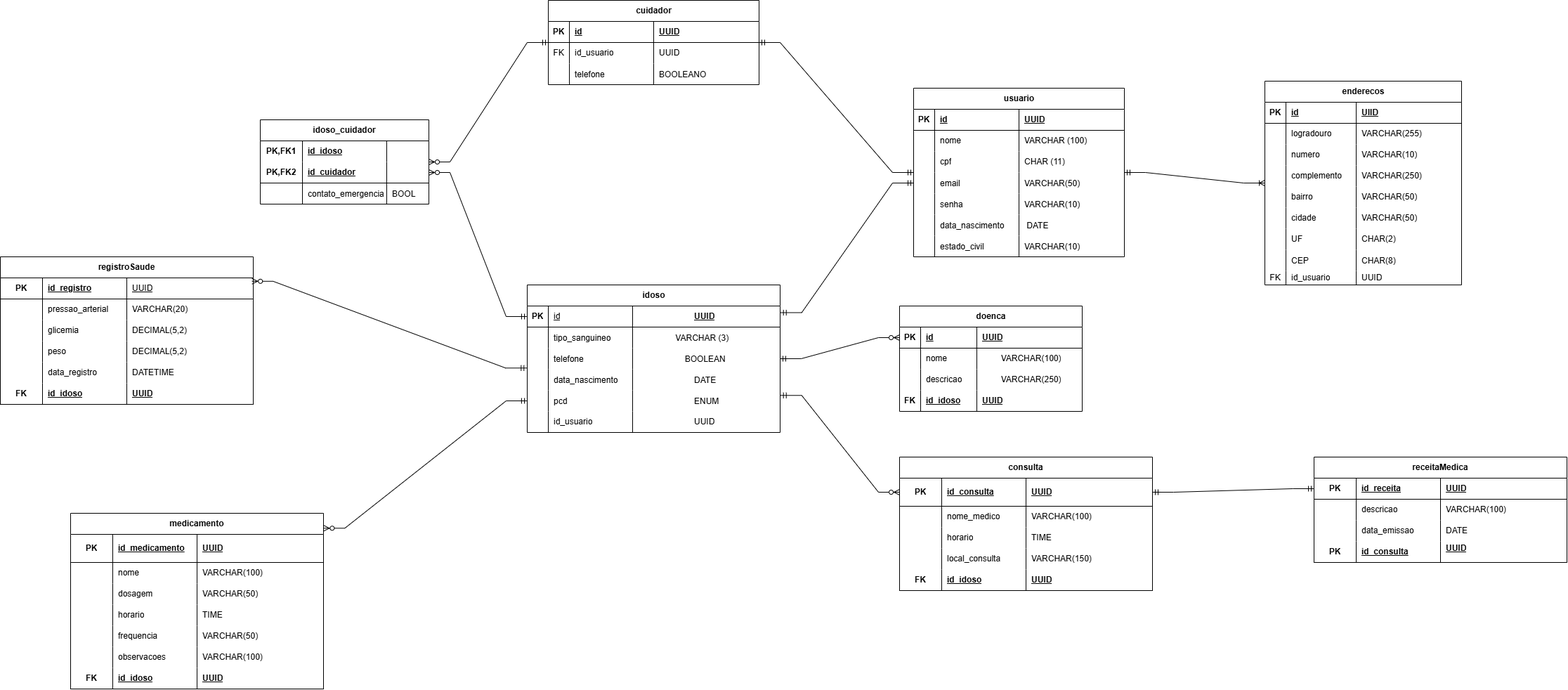
yuinahirano/DiaADiaVoVos keeps this draw.io diagram as back-end/docs/DER_dia_a_dia_vovos_svg.drawio.png. Above is the earlier version. Source tidied: cells renumbered, new cells last; positions are measured from the earlier drawing's top-left corner, leaving out a move shared by most shapes.
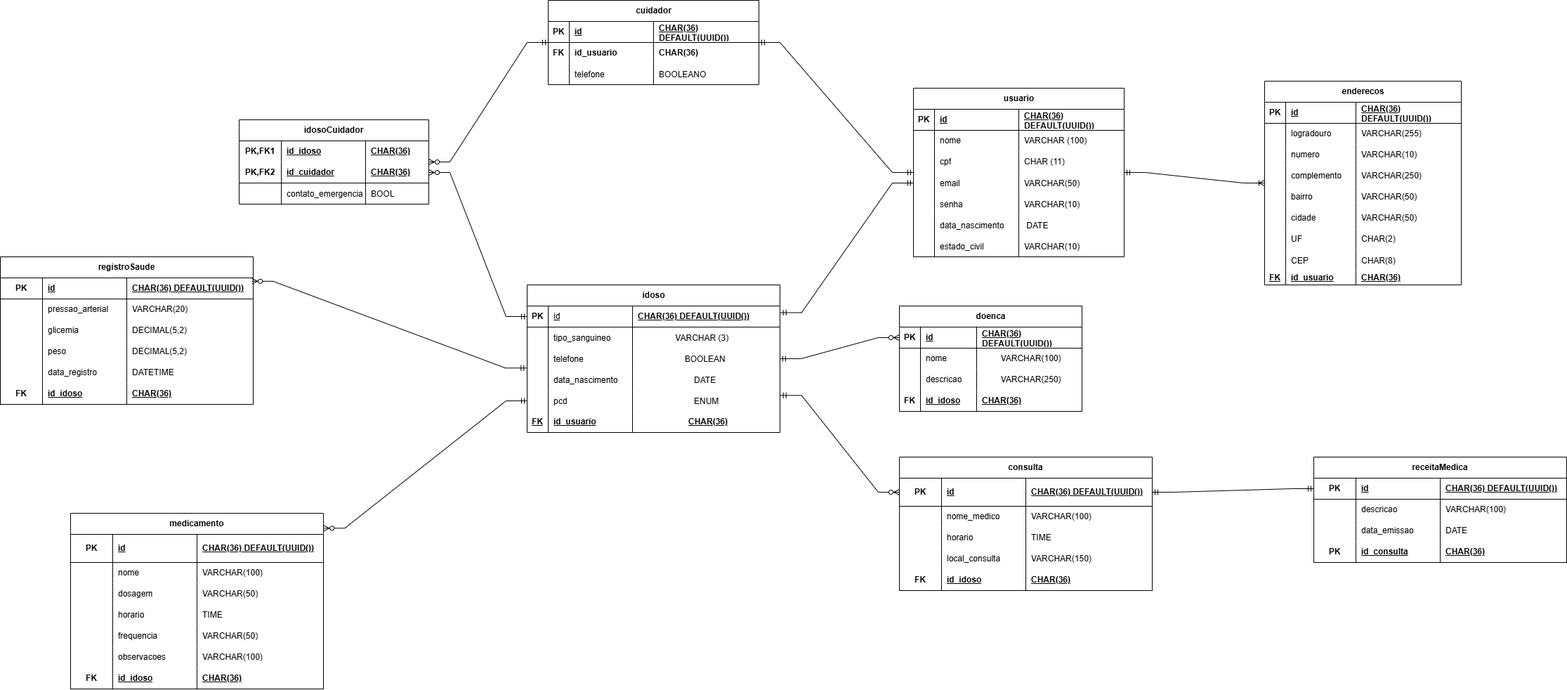
Later version of the same file.

The edit, as a diff of the source:
```diff
@@ -13,6 +13,6 @@
     </mxCell>
-    <mxCell id="5" value="id_medicamento" style="shape=partialRectangle;fillColor=none;top=0;left=0;bottom=0;right=0;align=left;spacingLeft=6;fontStyle=5;overflow=hidden;whiteSpace=wrap;html=1;" parent="3" vertex="1">
+    <mxCell id="5" value="id" style="shape=partialRectangle;fillColor=none;top=0;left=0;bottom=0;right=0;align=left;spacingLeft=6;fontStyle=5;overflow=hidden;whiteSpace=wrap;html=1;" parent="3" vertex="1">
       <mxGeometry x="60" width="120" height="40" as="geometry" />
     </mxCell>
-    <mxCell id="6" value="&lt;span style=&quot;text-align: center;&quot;&gt;&lt;b&gt;UUID&lt;/b&gt;&lt;/span&gt;" style="shape=partialRectangle;fillColor=none;top=0;left=0;bottom=0;right=0;align=left;spacingLeft=6;fontStyle=4;overflow=hidden;whiteSpace=wrap;html=1;" parent="3" vertex="1">
+    <mxCell id="6" value="&lt;div style=&quot;text-align: center;&quot;&gt;&lt;span style=&quot;background-color: transparent;&quot;&gt;&lt;b&gt;CHAR(36) DEFAULT(UUID())&lt;/b&gt;&lt;/span&gt;&lt;/div&gt;" style="shape=partialRectangle;fillColor=none;top=0;left=0;bottom=0;right=0;align=left;spacingLeft=6;fontStyle=4;overflow=hidden;whiteSpace=wrap;html=1;" parent="3" vertex="1">
       <mxGeometry x="180" width="180" height="40" as="geometry" />
@@ -88,3 +88,3 @@
     </mxCell>
-    <mxCell id="30" value="UUID" style="shape=partialRectangle;fillColor=none;top=0;left=0;bottom=0;right=0;align=left;spacingLeft=6;fontStyle=5;overflow=hidden;whiteSpace=wrap;html=1;" parent="27" vertex="1">
+    <mxCell id="30" value="CHAR(36)" style="shape=partialRectangle;fillColor=none;top=0;left=0;bottom=0;right=0;align=left;spacingLeft=6;fontStyle=5;overflow=hidden;whiteSpace=wrap;html=1;" parent="27" vertex="1">
       <mxGeometry x="180" width="180" height="30" as="geometry" />
@@ -100,6 +100,6 @@
     </mxCell>
-    <mxCell id="34" value="id_receita" style="shape=partialRectangle;fillColor=none;top=0;left=0;bottom=0;right=0;align=left;spacingLeft=6;fontStyle=5;overflow=hidden;whiteSpace=wrap;html=1;" parent="32" vertex="1">
+    <mxCell id="34" value="id" style="shape=partialRectangle;fillColor=none;top=0;left=0;bottom=0;right=0;align=left;spacingLeft=6;fontStyle=5;overflow=hidden;whiteSpace=wrap;html=1;" parent="32" vertex="1">
       <mxGeometry x="60" width="120" height="30" as="geometry" />
     </mxCell>
-    <mxCell id="35" value="UUID" style="shape=partialRectangle;fillColor=none;top=0;left=0;bottom=0;right=0;align=left;spacingLeft=6;fontStyle=5;overflow=hidden;whiteSpace=wrap;html=1;" parent="32" vertex="1">
+    <mxCell id="35" value="CHAR(36) DEFAULT(UUID())" style="shape=partialRectangle;fillColor=none;top=0;left=0;bottom=0;right=0;align=left;spacingLeft=6;fontStyle=5;overflow=hidden;whiteSpace=wrap;html=1;" parent="32" vertex="1">
       <mxGeometry x="180" width="180" height="30" as="geometry" />
@@ -139,3 +139,3 @@
     </mxCell>
-    <mxCell id="47" value="UUID&lt;div&gt;&lt;br&gt;&lt;/div&gt;" style="shape=partialRectangle;fillColor=none;top=0;left=0;bottom=0;right=0;align=left;spacingLeft=6;fontStyle=5;overflow=hidden;whiteSpace=wrap;html=1;" parent="44" vertex="1">
+    <mxCell id="47" value="CHAR(36)" style="shape=partialRectangle;fillColor=none;top=0;left=0;bottom=0;right=0;align=left;spacingLeft=6;fontStyle=5;overflow=hidden;whiteSpace=wrap;html=1;" parent="44" vertex="1">
       <mxGeometry x="180" width="180" height="30" as="geometry" />
@@ -151,6 +151,6 @@
     </mxCell>
-    <mxCell id="51" value="id_registro" style="shape=partialRectangle;fillColor=none;top=0;left=0;bottom=0;right=0;align=left;spacingLeft=6;fontStyle=5;overflow=hidden;whiteSpace=wrap;html=1;" parent="49" vertex="1">
+    <mxCell id="51" value="id" style="shape=partialRectangle;fillColor=none;top=0;left=0;bottom=0;right=0;align=left;spacingLeft=6;fontStyle=5;overflow=hidden;whiteSpace=wrap;html=1;" parent="49" vertex="1">
       <mxGeometry x="60" width="120" height="30" as="geometry" />
     </mxCell>
-    <mxCell id="52" value="&lt;div style=&quot;text-align: center;&quot;&gt;&lt;span style=&quot;background-color: transparent; color: light-dark(rgb(0, 0, 0), rgb(255, 255, 255)); font-weight: 400;&quot;&gt;UUID&lt;/span&gt;&lt;/div&gt;" style="shape=partialRectangle;fillColor=none;top=0;left=0;bottom=0;right=0;align=left;spacingLeft=6;fontStyle=5;overflow=hidden;whiteSpace=wrap;html=1;" parent="49" vertex="1">
+    <mxCell id="52" value="CHAR(36) DEFAULT(UUID())" style="shape=partialRectangle;fillColor=none;top=0;left=0;bottom=0;right=0;align=left;spacingLeft=6;fontStyle=5;overflow=hidden;whiteSpace=wrap;html=1;" parent="49" vertex="1">
       <mxGeometry x="180" width="180" height="30" as="geometry" />
@@ -214,3 +214,3 @@
     </mxCell>
-    <mxCell id="72" value="UUID" style="shape=partialRectangle;fillColor=none;top=0;left=0;bottom=0;right=0;align=left;spacingLeft=6;fontStyle=5;overflow=hidden;whiteSpace=wrap;html=1;" parent="69" vertex="1">
+    <mxCell id="72" value="CHAR(36)" style="shape=partialRectangle;fillColor=none;top=0;left=0;bottom=0;right=0;align=left;spacingLeft=6;fontStyle=5;overflow=hidden;whiteSpace=wrap;html=1;" parent="69" vertex="1">
       <mxGeometry x="180" width="180" height="30" as="geometry" />
@@ -226,6 +226,6 @@
     </mxCell>
-    <mxCell id="76" value="id_consulta" style="shape=partialRectangle;fillColor=none;top=0;left=0;bottom=0;right=0;align=left;spacingLeft=6;fontStyle=5;overflow=hidden;whiteSpace=wrap;html=1;" parent="74" vertex="1">
+    <mxCell id="76" value="id" style="shape=partialRectangle;fillColor=none;top=0;left=0;bottom=0;right=0;align=left;spacingLeft=6;fontStyle=5;overflow=hidden;whiteSpace=wrap;html=1;" parent="74" vertex="1">
       <mxGeometry x="60" width="120" height="40" as="geometry" />
     </mxCell>
-    <mxCell id="77" value="&lt;span style=&quot;text-align: center;&quot;&gt;UUID&lt;/span&gt;" style="shape=partialRectangle;fillColor=none;top=0;left=0;bottom=0;right=0;align=left;spacingLeft=6;fontStyle=5;overflow=hidden;whiteSpace=wrap;html=1;" parent="74" vertex="1">
+    <mxCell id="77" value="CHAR(36) DEFAULT(UUID())" style="shape=partialRectangle;fillColor=none;top=0;left=0;bottom=0;right=0;align=left;spacingLeft=6;fontStyle=5;overflow=hidden;whiteSpace=wrap;html=1;" parent="74" vertex="1">
       <mxGeometry x="180" width="180" height="40" as="geometry" />
@@ -277,3 +277,3 @@
     </mxCell>
-    <mxCell id="93" value="UUID" style="shape=partialRectangle;fillColor=none;top=0;left=0;bottom=0;right=0;align=left;spacingLeft=6;fontStyle=5;overflow=hidden;whiteSpace=wrap;html=1;" parent="90" vertex="1">
+    <mxCell id="93" value="CHAR(36)" style="shape=partialRectangle;fillColor=none;top=0;left=0;bottom=0;right=0;align=left;spacingLeft=6;fontStyle=5;overflow=hidden;whiteSpace=wrap;html=1;" parent="90" vertex="1">
       <mxGeometry x="180" width="180" height="30" as="geometry" />
@@ -292,3 +292,3 @@
     </mxCell>
-    <mxCell id="98" value="&lt;span style=&quot;white-space: pre;&quot;&gt;&#9;&lt;/span&gt;&lt;span style=&quot;white-space: pre;&quot;&gt;&#9;&lt;/span&gt;&lt;span style=&quot;white-space: pre;&quot;&gt;&#9;&lt;/span&gt;UUID" style="shape=partialRectangle;fillColor=none;top=0;left=0;bottom=0;right=0;align=left;spacingLeft=6;fontStyle=5;overflow=hidden;whiteSpace=wrap;html=1;" parent="95" vertex="1">
+    <mxCell id="98" value="CHAR(36) DEFAULT(UUID())" style="shape=partialRectangle;fillColor=none;top=0;left=0;bottom=0;right=0;align=left;spacingLeft=6;fontStyle=5;overflow=hidden;whiteSpace=wrap;html=1;" parent="95" vertex="1">
       <mxGeometry x="150" width="210" height="30" as="geometry" />
@@ -346,9 +346,9 @@
     </mxCell>
-    <mxCell id="116" style="shape=partialRectangle;fillColor=none;top=0;left=0;bottom=0;right=0;fontStyle=0;overflow=hidden;whiteSpace=wrap;html=1;" parent="115" vertex="1">
+    <mxCell id="116" value="FK" style="shape=partialRectangle;fillColor=none;top=0;left=0;bottom=0;right=0;fontStyle=5;overflow=hidden;whiteSpace=wrap;html=1;" parent="115" vertex="1">
       <mxGeometry width="30" height="30" as="geometry" />
     </mxCell>
-    <mxCell id="117" value="id_usuario" style="shape=partialRectangle;fillColor=none;top=0;left=0;bottom=0;right=0;align=left;spacingLeft=6;fontStyle=0;overflow=hidden;whiteSpace=wrap;html=1;" parent="115" vertex="1">
+    <mxCell id="117" value="id_usuario" style="shape=partialRectangle;fillColor=none;top=0;left=0;bottom=0;right=0;align=left;spacingLeft=6;fontStyle=5;overflow=hidden;whiteSpace=wrap;html=1;" parent="115" vertex="1">
       <mxGeometry x="30" width="120" height="30" as="geometry" />
     </mxCell>
-    <mxCell id="118" value="&lt;span style=&quot;white-space: pre;&quot;&gt;&lt;span style=&quot;white-space: pre;&quot;&gt;&#9;&lt;/span&gt;&#9;&lt;/span&gt;&lt;span style=&quot;white-space: pre;&quot;&gt;&#9;&lt;/span&gt;UUID" style="shape=partialRectangle;fillColor=none;top=0;left=0;bottom=0;right=0;align=left;spacingLeft=6;fontStyle=0;overflow=hidden;whiteSpace=wrap;html=1;" parent="115" vertex="1">
+    <mxCell id="118" value="CHAR(36)" style="shape=partialRectangle;fillColor=none;top=0;left=0;bottom=0;right=0;align=center;spacingLeft=6;fontStyle=5;overflow=hidden;whiteSpace=wrap;html=1;" parent="115" vertex="1">
       <mxGeometry x="150" width="210" height="30" as="geometry" />
@@ -367,3 +367,3 @@
     </mxCell>
-    <mxCell id="123" value="UUID" style="shape=partialRectangle;fillColor=none;top=0;left=0;bottom=0;right=0;align=left;spacingLeft=6;fontStyle=5;overflow=hidden;whiteSpace=wrap;html=1;" parent="120" vertex="1">
+    <mxCell id="123" value="CHAR(36) DEFAULT(UUID())" style="shape=partialRectangle;fillColor=none;top=0;left=0;bottom=0;right=0;align=left;spacingLeft=6;fontStyle=5;overflow=hidden;whiteSpace=wrap;html=1;" parent="120" vertex="1">
       <mxGeometry x="110" width="150" height="30" as="geometry" />
@@ -403,3 +403,3 @@
     </mxCell>
-    <mxCell id="135" value="UUID" style="shape=partialRectangle;fillColor=none;top=0;left=0;bottom=0;right=0;align=left;spacingLeft=6;fontStyle=5;overflow=hidden;whiteSpace=wrap;html=1;" parent="132" vertex="1">
+    <mxCell id="135" value="CHAR(36)" style="shape=partialRectangle;fillColor=none;top=0;left=0;bottom=0;right=0;align=left;spacingLeft=6;fontStyle=5;overflow=hidden;whiteSpace=wrap;html=1;" parent="132" vertex="1">
       <mxGeometry x="110" width="150" height="30" as="geometry" />
@@ -418,3 +418,3 @@
     </mxCell>
-    <mxCell id="140" value="UUID" style="shape=partialRectangle;fillColor=none;top=0;left=0;bottom=0;right=0;align=left;spacingLeft=6;fontStyle=5;overflow=hidden;whiteSpace=wrap;html=1;" parent="137" vertex="1">
+    <mxCell id="140" value="CHAR(36) DEFAULT(UUID())" style="shape=partialRectangle;fillColor=none;top=0;left=0;bottom=0;right=0;align=left;spacingLeft=6;fontStyle=5;overflow=hidden;whiteSpace=wrap;html=1;" parent="137" vertex="1">
       <mxGeometry x="150" width="150" height="30" as="geometry" />
@@ -424,9 +424,9 @@
     </mxCell>
-    <mxCell id="142" value="FK" style="shape=partialRectangle;fillColor=none;top=0;left=0;bottom=0;right=0;fontStyle=0;overflow=hidden;whiteSpace=wrap;html=1;" parent="141" vertex="1">
+    <mxCell id="142" value="FK" style="shape=partialRectangle;fillColor=none;top=0;left=0;bottom=0;right=0;fontStyle=1;overflow=hidden;whiteSpace=wrap;html=1;" parent="141" vertex="1">
       <mxGeometry width="30" height="30" as="geometry" />
     </mxCell>
-    <mxCell id="143" value="id_usuario" style="shape=partialRectangle;fillColor=none;top=0;left=0;bottom=0;right=0;align=left;spacingLeft=6;fontStyle=0;overflow=hidden;whiteSpace=wrap;html=1;" parent="141" vertex="1">
+    <mxCell id="143" value="id_usuario" style="shape=partialRectangle;fillColor=none;top=0;left=0;bottom=0;right=0;align=left;spacingLeft=6;fontStyle=1;overflow=hidden;whiteSpace=wrap;html=1;" parent="141" vertex="1">
       <mxGeometry x="30" width="120" height="30" as="geometry" />
     </mxCell>
-    <mxCell id="144" value="UUID" style="shape=partialRectangle;fillColor=none;top=0;left=0;bottom=0;right=0;align=left;spacingLeft=6;fontStyle=0;overflow=hidden;whiteSpace=wrap;html=1;" parent="141" vertex="1">
+    <mxCell id="144" value="CHAR(36)" style="shape=partialRectangle;fillColor=none;top=0;left=0;bottom=0;right=0;align=left;spacingLeft=6;fontStyle=1;overflow=hidden;whiteSpace=wrap;html=1;" parent="141" vertex="1">
       <mxGeometry x="150" width="150" height="30" as="geometry" />
@@ -457,3 +457,3 @@
     </mxCell>
-    <mxCell id="153" value="UUID" style="shape=partialRectangle;fillColor=none;top=0;left=0;bottom=0;right=0;align=left;spacingLeft=6;fontStyle=5;overflow=hidden;whiteSpace=wrap;html=1;" parent="150" vertex="1">
+    <mxCell id="153" value="CHAR(36) DEFAULT(UUID())" style="shape=partialRectangle;fillColor=none;top=0;left=0;bottom=0;right=0;align=left;spacingLeft=6;fontStyle=5;overflow=hidden;whiteSpace=wrap;html=1;" parent="150" vertex="1">
       <mxGeometry x="150" width="150" height="30" as="geometry" />
@@ -544,3 +544,3 @@
     </mxCell>
-    <mxCell id="182" value="UIID" style="shape=partialRectangle;fillColor=none;top=0;left=0;bottom=0;right=0;align=left;spacingLeft=6;fontStyle=5;overflow=hidden;whiteSpace=wrap;html=1;" parent="179" vertex="1">
+    <mxCell id="182" value="CHAR(36) DEFAULT(UUID())" style="shape=partialRectangle;fillColor=none;top=0;left=0;bottom=0;right=0;align=left;spacingLeft=6;fontStyle=5;overflow=hidden;whiteSpace=wrap;html=1;" parent="179" vertex="1">
       <mxGeometry x="130" width="150" height="30" as="geometry" />
@@ -634,16 +634,16 @@
     </mxCell>
-    <mxCell id="212" value="FK" style="shape=partialRectangle;fillColor=none;top=0;left=0;bottom=0;right=0;overflow=hidden;whiteSpace=wrap;html=1;" parent="211" vertex="1">
+    <mxCell id="212" value="FK" style="shape=partialRectangle;fillColor=none;top=0;left=0;bottom=0;right=0;overflow=hidden;whiteSpace=wrap;html=1;fontStyle=5;" parent="211" vertex="1">
       <mxGeometry width="30" height="20" as="geometry" />
     </mxCell>
-    <mxCell id="213" value="id_usuario" style="shape=partialRectangle;fillColor=none;top=0;left=0;bottom=0;right=0;align=left;spacingLeft=6;overflow=hidden;whiteSpace=wrap;html=1;" parent="211" vertex="1">
+    <mxCell id="213" value="id_usuario" style="shape=partialRectangle;fillColor=none;top=0;left=0;bottom=0;right=0;align=left;spacingLeft=6;overflow=hidden;whiteSpace=wrap;html=1;fontStyle=5;" parent="211" vertex="1">
       <mxGeometry x="30" width="100" height="20" as="geometry" />
     </mxCell>
-    <mxCell id="214" value="UUID" style="shape=partialRectangle;fillColor=none;top=0;left=0;bottom=0;right=0;align=left;spacingLeft=6;overflow=hidden;whiteSpace=wrap;html=1;" parent="211" vertex="1">
+    <mxCell id="214" value="CHAR(36)" style="shape=partialRectangle;fillColor=none;top=0;left=0;bottom=0;right=0;align=left;spacingLeft=6;overflow=hidden;whiteSpace=wrap;html=1;fontStyle=5;" parent="211" vertex="1">
       <mxGeometry x="130" width="150" height="20" as="geometry" />
     </mxCell>
-    <mxCell id="215" value="idoso_cuidador" style="shape=table;startSize=30;rowLines=0;fontStyle=1;align=center;html=1;whiteSpace=wrap;swimlaneFillColor=default;" parent="1" vertex="1">
-      <mxGeometry x="370" y="170" width="240" height="120" as="geometry" />
+    <mxCell id="215" value="idosoCuidador" style="shape=table;startSize=30;rowLines=0;fontStyle=1;align=center;html=1;whiteSpace=wrap;swimlaneFillColor=default;" parent="1" vertex="1">
+      <mxGeometry x="340" y="170" width="270" height="120" as="geometry" />
     </mxCell>
     <mxCell id="216" style="shape=tableRow;horizontal=0;startSize=0;swimlaneHead=0;swimlaneBody=0;fillColor=none;top=0;left=0;right=0;bottom=0;html=1;" parent="215" vertex="1">
-      <mxGeometry y="30" width="240" height="30" as="geometry" />
+      <mxGeometry y="30" width="270" height="30" as="geometry" />
     </mxCell>
@@ -655,7 +655,7 @@
     </mxCell>
-    <mxCell id="219" style="shape=partialRectangle;fillColor=none;top=0;left=0;bottom=0;right=0;align=left;spacingLeft=6;fontStyle=5;overflow=hidden;html=1;whiteSpace=wrap;" parent="216" vertex="1">
-      <mxGeometry x="180" width="60" height="30" as="geometry" />
+    <mxCell id="219" value="CHAR(36)" style="shape=partialRectangle;fillColor=none;top=0;left=0;bottom=0;right=0;align=left;spacingLeft=6;fontStyle=5;overflow=hidden;html=1;whiteSpace=wrap;" parent="216" vertex="1">
+      <mxGeometry x="180" width="90" height="30" as="geometry" />
     </mxCell>
     <mxCell id="220" style="shape=tableRow;horizontal=0;startSize=0;swimlaneHead=0;swimlaneBody=0;fillColor=none;points=[[0,0.5],[1,0.5]];portConstraint=eastwest;top=0;left=0;right=0;bottom=1;html=1;" parent="215" vertex="1">
-      <mxGeometry y="60" width="240" height="30" as="geometry" />
+      <mxGeometry y="60" width="270" height="30" as="geometry" />
     </mxCell>
@@ -667,7 +667,7 @@
     </mxCell>
-    <mxCell id="223" style="shape=partialRectangle;fillColor=none;top=0;left=0;bottom=0;right=0;align=left;spacingLeft=6;fontStyle=5;overflow=hidden;html=1;whiteSpace=wrap;" parent="220" vertex="1">
-      <mxGeometry x="180" width="60" height="30" as="geometry" />
+    <mxCell id="223" value="CHAR(36)" style="shape=partialRectangle;fillColor=none;top=0;left=0;bottom=0;right=0;align=left;spacingLeft=6;fontStyle=5;overflow=hidden;html=1;whiteSpace=wrap;" parent="220" vertex="1">
+      <mxGeometry x="180" width="90" height="30" as="geometry" />
     </mxCell>
     <mxCell id="224" style="shape=tableRow;horizontal=0;startSize=0;swimlaneHead=0;swimlaneBody=0;fillColor=none;top=0;left=0;right=0;bottom=0;" parent="215" vertex="1">
-      <mxGeometry y="90" width="240" height="30" as="geometry" />
+      <mxGeometry y="90" width="270" height="30" as="geometry" />
     </mxCell>
@@ -680,3 +680,3 @@
     <mxCell id="227" value="BOOL" style="shape=partialRectangle;fillColor=none;top=0;left=0;bottom=0;right=0;align=left;spacingLeft=6;overflow=hidden;" parent="224" vertex="1">
-      <mxGeometry x="180" width="60" height="30" as="geometry" />
+      <mxGeometry x="180" width="90" height="30" as="geometry" />
     </mxCell>
```
